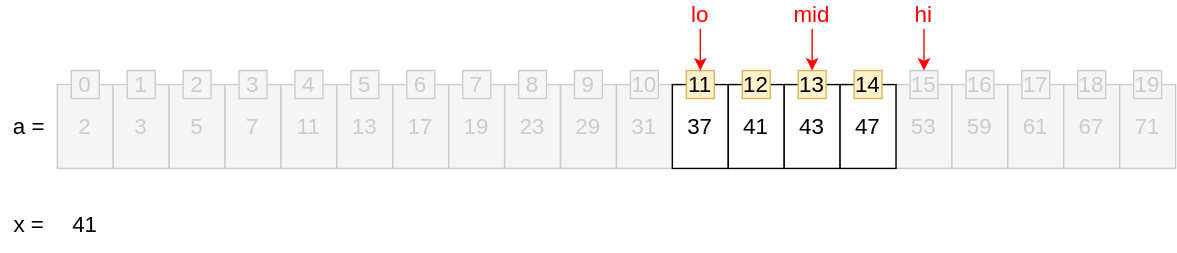
This is img/algorithm/algorithm-1030-01-01-05.svg from zininote/zininote.github.io-old-, a draw.io export, as it was before one commit. Source tidied: cells renumbered, new cells last; positions are measured from the earlier drawing's top-left corner, leaving out a move shared by most shapes. Source of this version:
```xml
<mxGraphModel>
  <root>
    <mxCell id="0" />
    <mxCell id="1" parent="0" />
    <mxCell id="2" value="2" style="rounded=0;whiteSpace=wrap;html=1;fontSize=16;fillColor=#f5f5f5;strokeColor=#CCCCCC;fontColor=#CCCCCC;" parent="1" vertex="1">
      <mxGeometry x="40" y="60" width="40" height="60" as="geometry" />
    </mxCell>
    <mxCell id="3" value="3" style="rounded=0;whiteSpace=wrap;html=1;fontSize=16;fillColor=#f5f5f5;strokeColor=#CCCCCC;fontColor=#CCCCCC;" parent="1" vertex="1">
      <mxGeometry x="80" y="60" width="40" height="60" as="geometry" />
    </mxCell>
    <mxCell id="4" value="5" style="rounded=0;whiteSpace=wrap;html=1;fontSize=16;fillColor=#f5f5f5;strokeColor=#CCCCCC;fontColor=#CCCCCC;" parent="1" vertex="1">
      <mxGeometry x="120" y="60" width="40" height="60" as="geometry" />
    </mxCell>
    <mxCell id="5" value="7" style="rounded=0;whiteSpace=wrap;html=1;fontSize=16;fillColor=#f5f5f5;strokeColor=#CCCCCC;fontColor=#CCCCCC;" parent="1" vertex="1">
      <mxGeometry x="160" y="60" width="40" height="60" as="geometry" />
    </mxCell>
    <mxCell id="6" value="11" style="rounded=0;whiteSpace=wrap;html=1;fontSize=16;fillColor=#f5f5f5;strokeColor=#CCCCCC;fontColor=#CCCCCC;" parent="1" vertex="1">
      <mxGeometry x="200" y="60" width="40" height="60" as="geometry" />
    </mxCell>
    <mxCell id="7" value="13" style="rounded=0;whiteSpace=wrap;html=1;fontSize=16;fillColor=#f5f5f5;strokeColor=#CCCCCC;fontColor=#CCCCCC;" parent="1" vertex="1">
      <mxGeometry x="240" y="60" width="40" height="60" as="geometry" />
    </mxCell>
    <mxCell id="8" value="17" style="rounded=0;whiteSpace=wrap;html=1;fontSize=16;fillColor=#f5f5f5;strokeColor=#CCCCCC;fontColor=#CCCCCC;" parent="1" vertex="1">
      <mxGeometry x="280" y="60" width="40" height="60" as="geometry" />
    </mxCell>
    <mxCell id="9" value="19" style="rounded=0;whiteSpace=wrap;html=1;fontSize=16;fillColor=#f5f5f5;strokeColor=#CCCCCC;fontColor=#CCCCCC;" parent="1" vertex="1">
      <mxGeometry x="320" y="60" width="40" height="60" as="geometry" />
    </mxCell>
    <mxCell id="10" value="23" style="rounded=0;whiteSpace=wrap;html=1;fontSize=16;fillColor=#f5f5f5;strokeColor=#CCCCCC;fontColor=#CCCCCC;" parent="1" vertex="1">
      <mxGeometry x="360" y="60" width="40" height="60" as="geometry" />
    </mxCell>
    <mxCell id="11" value="29" style="rounded=0;whiteSpace=wrap;html=1;fontSize=16;fillColor=#f5f5f5;strokeColor=#CCCCCC;fontColor=#CCCCCC;" parent="1" vertex="1">
      <mxGeometry x="400" y="60" width="40" height="60" as="geometry" />
    </mxCell>
    <mxCell id="12" value="31" style="rounded=0;whiteSpace=wrap;html=1;fontSize=16;fillColor=#f5f5f5;strokeColor=#CCCCCC;fontColor=#CCCCCC;" parent="1" vertex="1">
      <mxGeometry x="440" y="60" width="40" height="60" as="geometry" />
    </mxCell>
    <mxCell id="13" value="37" style="rounded=0;whiteSpace=wrap;html=1;fontSize=16;" parent="1" vertex="1">
      <mxGeometry x="480" y="60" width="40" height="60" as="geometry" />
    </mxCell>
    <mxCell id="14" value="41" style="rounded=0;whiteSpace=wrap;html=1;fontSize=16;" parent="1" vertex="1">
      <mxGeometry x="520" y="60" width="40" height="60" as="geometry" />
    </mxCell>
    <mxCell id="15" value="43" style="rounded=0;whiteSpace=wrap;html=1;fontSize=16;" parent="1" vertex="1">
      <mxGeometry x="560" y="60" width="40" height="60" as="geometry" />
    </mxCell>
    <mxCell id="16" value="53" style="rounded=0;whiteSpace=wrap;html=1;fontSize=16;fillColor=#f5f5f5;strokeColor=#CCCCCC;fontColor=#CCCCCC;" parent="1" vertex="1">
      <mxGeometry x="640" y="60" width="40" height="60" as="geometry" />
    </mxCell>
    <mxCell id="17" value="59" style="rounded=0;whiteSpace=wrap;html=1;fontSize=16;fillColor=#f5f5f5;strokeColor=#CCCCCC;fontColor=#CCCCCC;" parent="1" vertex="1">
      <mxGeometry x="680" y="60" width="40" height="60" as="geometry" />
    </mxCell>
    <mxCell id="18" value="61" style="rounded=0;whiteSpace=wrap;html=1;fontSize=16;fillColor=#f5f5f5;strokeColor=#CCCCCC;fontColor=#CCCCCC;" parent="1" vertex="1">
      <mxGeometry x="720" y="60" width="40" height="60" as="geometry" />
    </mxCell>
    <mxCell id="19" value="67" style="rounded=0;whiteSpace=wrap;html=1;fontSize=16;fillColor=#f5f5f5;strokeColor=#CCCCCC;fontColor=#CCCCCC;" parent="1" vertex="1">
      <mxGeometry x="760" y="60" width="40" height="60" as="geometry" />
    </mxCell>
    <mxCell id="20" value="71" style="rounded=0;whiteSpace=wrap;html=1;fontSize=16;fillColor=#f5f5f5;strokeColor=#CCCCCC;fontColor=#CCCCCC;" parent="1" vertex="1">
      <mxGeometry x="800" y="60" width="40" height="60" as="geometry" />
    </mxCell>
    <mxCell id="21" value="a =" style="text;html=1;strokeColor=none;fillColor=none;align=center;verticalAlign=middle;whiteSpace=wrap;rounded=0;fontSize=16;" parent="1" vertex="1">
      <mxGeometry y="60" width="40" height="60" as="geometry" />
    </mxCell>
    <mxCell id="22" value="x =" style="text;html=1;strokeColor=none;fillColor=none;align=center;verticalAlign=middle;whiteSpace=wrap;rounded=0;fontSize=16;" parent="1" vertex="1">
      <mxGeometry y="140" width="40" height="40" as="geometry" />
    </mxCell>
    <mxCell id="23" value="41" style="text;html=1;strokeColor=none;fillColor=none;align=center;verticalAlign=middle;whiteSpace=wrap;rounded=0;fontSize=16;" parent="1" vertex="1">
      <mxGeometry x="40" y="140" width="40" height="40" as="geometry" />
    </mxCell>
    <mxCell id="24" value="&lt;span style=&quot;font-size: 16px&quot;&gt;0&lt;/span&gt;" style="text;html=1;fillColor=#f5f5f5;align=center;verticalAlign=middle;whiteSpace=wrap;rounded=0;strokeColor=#CCCCCC;fontColor=#CCCCCC;" parent="1" vertex="1">
      <mxGeometry x="50" y="50" width="20" height="20" as="geometry" />
    </mxCell>
    <mxCell id="25" value="&lt;span style=&quot;font-size: 16px&quot;&gt;1&lt;/span&gt;" style="text;html=1;fillColor=#f5f5f5;align=center;verticalAlign=middle;whiteSpace=wrap;rounded=0;strokeColor=#CCCCCC;fontColor=#CCCCCC;" parent="1" vertex="1">
      <mxGeometry x="90" y="50" width="20" height="20" as="geometry" />
    </mxCell>
    <mxCell id="26" value="&lt;span style=&quot;font-size: 16px&quot;&gt;2&lt;/span&gt;" style="text;html=1;fillColor=#f5f5f5;align=center;verticalAlign=middle;whiteSpace=wrap;rounded=0;strokeColor=#CCCCCC;fontColor=#CCCCCC;" parent="1" vertex="1">
      <mxGeometry x="130" y="50" width="20" height="20" as="geometry" />
    </mxCell>
    <mxCell id="27" value="&lt;span style=&quot;font-size: 16px&quot;&gt;3&lt;/span&gt;" style="text;html=1;fillColor=#f5f5f5;align=center;verticalAlign=middle;whiteSpace=wrap;rounded=0;strokeColor=#CCCCCC;fontColor=#CCCCCC;" parent="1" vertex="1">
      <mxGeometry x="170" y="50" width="20" height="20" as="geometry" />
    </mxCell>
    <mxCell id="28" value="&lt;span style=&quot;font-size: 16px&quot;&gt;4&lt;/span&gt;" style="text;html=1;fillColor=#f5f5f5;align=center;verticalAlign=middle;whiteSpace=wrap;rounded=0;strokeColor=#CCCCCC;fontColor=#CCCCCC;" parent="1" vertex="1">
      <mxGeometry x="210" y="50" width="20" height="20" as="geometry" />
    </mxCell>
    <mxCell id="29" value="&lt;span style=&quot;font-size: 16px&quot;&gt;5&lt;/span&gt;" style="text;html=1;fillColor=#f5f5f5;align=center;verticalAlign=middle;whiteSpace=wrap;rounded=0;strokeColor=#CCCCCC;fontColor=#CCCCCC;" parent="1" vertex="1">
      <mxGeometry x="250" y="50" width="20" height="20" as="geometry" />
    </mxCell>
    <mxCell id="30" value="&lt;span style=&quot;font-size: 16px&quot;&gt;6&lt;/span&gt;" style="text;html=1;fillColor=#f5f5f5;align=center;verticalAlign=middle;whiteSpace=wrap;rounded=0;strokeColor=#CCCCCC;fontColor=#CCCCCC;" parent="1" vertex="1">
      <mxGeometry x="290" y="50" width="20" height="20" as="geometry" />
    </mxCell>
    <mxCell id="31" value="&lt;span style=&quot;font-size: 16px&quot;&gt;7&lt;/span&gt;" style="text;html=1;fillColor=#f5f5f5;align=center;verticalAlign=middle;whiteSpace=wrap;rounded=0;strokeColor=#CCCCCC;fontColor=#CCCCCC;" parent="1" vertex="1">
      <mxGeometry x="330" y="50" width="20" height="20" as="geometry" />
    </mxCell>
    <mxCell id="32" value="&lt;span style=&quot;font-size: 16px&quot;&gt;8&lt;/span&gt;" style="text;html=1;fillColor=#f5f5f5;align=center;verticalAlign=middle;whiteSpace=wrap;rounded=0;strokeColor=#CCCCCC;fontColor=#CCCCCC;" parent="1" vertex="1">
      <mxGeometry x="370" y="50" width="20" height="20" as="geometry" />
    </mxCell>
    <mxCell id="33" value="&lt;span style=&quot;font-size: 16px&quot;&gt;9&lt;/span&gt;" style="text;html=1;fillColor=#f5f5f5;align=center;verticalAlign=middle;whiteSpace=wrap;rounded=0;strokeColor=#CCCCCC;fontColor=#CCCCCC;" parent="1" vertex="1">
      <mxGeometry x="410" y="50" width="20" height="20" as="geometry" />
    </mxCell>
    <mxCell id="34" value="&lt;span style=&quot;font-size: 16px&quot;&gt;10&lt;/span&gt;" style="text;html=1;fillColor=#f5f5f5;align=center;verticalAlign=middle;whiteSpace=wrap;rounded=0;strokeColor=#CCCCCC;fontColor=#CCCCCC;" parent="1" vertex="1">
      <mxGeometry x="450" y="50" width="20" height="20" as="geometry" />
    </mxCell>
    <mxCell id="35" value="&lt;span style=&quot;font-size: 16px&quot;&gt;11&lt;/span&gt;" style="text;html=1;strokeColor=#d6b656;fillColor=#fff2cc;align=center;verticalAlign=middle;whiteSpace=wrap;rounded=0;" parent="1" vertex="1">
      <mxGeometry x="490" y="50" width="20" height="20" as="geometry" />
    </mxCell>
    <mxCell id="36" value="&lt;span style=&quot;font-size: 16px&quot;&gt;12&lt;/span&gt;" style="text;html=1;strokeColor=#d6b656;fillColor=#fff2cc;align=center;verticalAlign=middle;whiteSpace=wrap;rounded=0;" parent="1" vertex="1">
      <mxGeometry x="530" y="50" width="20" height="20" as="geometry" />
    </mxCell>
    <mxCell id="37" value="&lt;span style=&quot;font-size: 16px&quot;&gt;13&lt;/span&gt;" style="text;html=1;strokeColor=#d6b656;fillColor=#fff2cc;align=center;verticalAlign=middle;whiteSpace=wrap;rounded=0;" parent="1" vertex="1">
      <mxGeometry x="570" y="50" width="20" height="20" as="geometry" />
    </mxCell>
    <mxCell id="38" value="&lt;span style=&quot;font-size: 16px&quot;&gt;15&lt;/span&gt;" style="text;html=1;fillColor=#f5f5f5;align=center;verticalAlign=middle;whiteSpace=wrap;rounded=0;strokeColor=#CCCCCC;fontColor=#CCCCCC;" parent="1" vertex="1">
      <mxGeometry x="650" y="50" width="20" height="20" as="geometry" />
    </mxCell>
    <mxCell id="39" value="&lt;span style=&quot;font-size: 16px&quot;&gt;16&lt;/span&gt;" style="text;html=1;fillColor=#f5f5f5;align=center;verticalAlign=middle;whiteSpace=wrap;rounded=0;strokeColor=#CCCCCC;fontColor=#CCCCCC;" parent="1" vertex="1">
      <mxGeometry x="690" y="50" width="20" height="20" as="geometry" />
    </mxCell>
    <mxCell id="40" value="&lt;span style=&quot;font-size: 16px&quot;&gt;17&lt;/span&gt;" style="text;html=1;fillColor=#f5f5f5;align=center;verticalAlign=middle;whiteSpace=wrap;rounded=0;strokeColor=#CCCCCC;fontColor=#CCCCCC;" parent="1" vertex="1">
      <mxGeometry x="730" y="50" width="20" height="20" as="geometry" />
    </mxCell>
    <mxCell id="41" value="&lt;span style=&quot;font-size: 16px&quot;&gt;18&lt;/span&gt;" style="text;html=1;fillColor=#f5f5f5;align=center;verticalAlign=middle;whiteSpace=wrap;rounded=0;strokeColor=#CCCCCC;fontColor=#CCCCCC;" parent="1" vertex="1">
      <mxGeometry x="770" y="50" width="20" height="20" as="geometry" />
    </mxCell>
    <mxCell id="42" value="&lt;span style=&quot;font-size: 16px&quot;&gt;19&lt;/span&gt;" style="text;html=1;fillColor=#f5f5f5;align=center;verticalAlign=middle;whiteSpace=wrap;rounded=0;strokeColor=#CCCCCC;fontColor=#CCCCCC;" parent="1" vertex="1">
      <mxGeometry x="810" y="50" width="20" height="20" as="geometry" />
    </mxCell>
    <mxCell id="43" style="edgeStyle=orthogonalEdgeStyle;rounded=0;jettySize=auto;html=1;exitX=0.5;exitY=1;exitDx=0;exitDy=0;entryX=0.5;entryY=0;entryDx=0;entryDy=0;strokeColor=#FF0000;fontSize=16;fontColor=#FF0000;" parent="1" edge="1" source="45" target="35">
      <mxGeometry relative="1" as="geometry" />
    </mxCell>
    <mxCell id="44" style="group;" parent="1" vertex="1">
      <mxGeometry x="480" width="40" height="20" as="geometry" />
    </mxCell>
    <mxCell id="45" value="lo" style="text;html=1;strokeColor=none;fillColor=none;align=center;verticalAlign=middle;whiteSpace=wrap;rounded=0;fontSize=16;fontColor=#FF0000;" parent="44" vertex="1">
      <mxGeometry width="40" height="20" as="geometry" />
    </mxCell>
    <mxCell id="46" style="edgeStyle=orthogonalEdgeStyle;rounded=0;jettySize=auto;html=1;exitX=0.5;exitY=1;exitDx=0;exitDy=0;entryX=0.5;entryY=0;entryDx=0;entryDy=0;fontSize=16;fontColor=#FF0000;strokeColor=#FF0000;" parent="1" edge="1" source="45">
      <mxGeometry relative="1" as="geometry" />
    </mxCell>
    <mxCell id="47" style="edgeStyle=orthogonalEdgeStyle;rounded=0;jettySize=auto;html=1;exitX=0.5;exitY=1;exitDx=0;exitDy=0;strokeColor=#FF0000;fontSize=16;fontColor=#FF0000;" parent="1" edge="1" source="48">
      <mxGeometry relative="1" as="geometry">
        <mxPoint x="660" y="50" as="targetPoint" />
      </mxGeometry>
    </mxCell>
    <mxCell id="48" value="hi" style="text;html=1;strokeColor=none;fillColor=none;align=center;verticalAlign=middle;whiteSpace=wrap;rounded=0;fontSize=16;fontColor=#FF0000;" parent="1" vertex="1">
      <mxGeometry x="640" width="40" height="20" as="geometry" />
    </mxCell>
    <mxCell id="49" value="47" style="rounded=0;whiteSpace=wrap;html=1;fontSize=16;" parent="1" vertex="1">
      <mxGeometry x="600" y="60" width="40" height="60" as="geometry" />
    </mxCell>
    <mxCell id="50" value="&lt;span style=&quot;font-size: 16px&quot;&gt;14&lt;/span&gt;" style="text;html=1;strokeColor=#d6b656;fillColor=#fff2cc;align=center;verticalAlign=middle;whiteSpace=wrap;rounded=0;" parent="1" vertex="1">
      <mxGeometry x="610" y="50" width="20" height="20" as="geometry" />
    </mxCell>
    <mxCell id="51" style="edgeStyle=orthogonalEdgeStyle;rounded=0;jettySize=auto;html=1;exitX=0.5;exitY=1;exitDx=0;exitDy=0;entryX=0.5;entryY=0;entryDx=0;entryDy=0;strokeColor=#FF0000;fontSize=16;fontColor=#CCCCCC;" parent="1" edge="1" source="52" target="37">
      <mxGeometry relative="1" as="geometry" />
    </mxCell>
    <mxCell id="52" value="mid" style="text;html=1;strokeColor=none;fillColor=none;align=center;verticalAlign=middle;whiteSpace=wrap;rounded=0;fontSize=16;fontColor=#FF0000;" parent="1" vertex="1">
      <mxGeometry x="560" width="40" height="20" as="geometry" />
    </mxCell>
  </root>
</mxGraphModel>
```
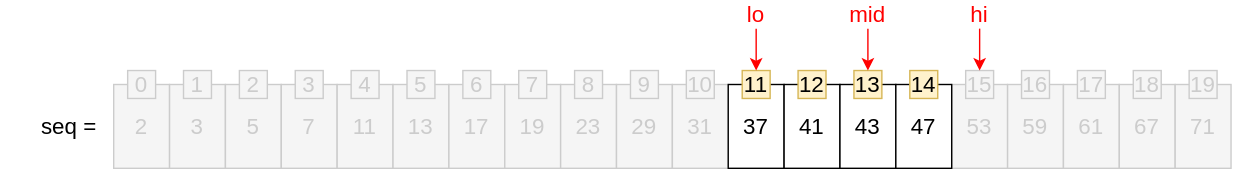
After the change.

Change to the diagram source:
```diff
@@ -59,15 +59,6 @@
     <mxCell id="20" value="71" style="rounded=0;whiteSpace=wrap;html=1;fontSize=16;fillColor=#f5f5f5;strokeColor=#CCCCCC;fontColor=#CCCCCC;" parent="1" vertex="1">
       <mxGeometry x="800" y="60" width="40" height="60" as="geometry" />
     </mxCell>
-    <mxCell id="21" value="a =" style="text;html=1;strokeColor=none;fillColor=none;align=center;verticalAlign=middle;whiteSpace=wrap;rounded=0;fontSize=16;" parent="1" vertex="1">
-      <mxGeometry y="60" width="40" height="60" as="geometry" />
-    </mxCell>
-    <mxCell id="22" value="x =" style="text;html=1;strokeColor=none;fillColor=none;align=center;verticalAlign=middle;whiteSpace=wrap;rounded=0;fontSize=16;" parent="1" vertex="1">
-      <mxGeometry y="140" width="40" height="40" as="geometry" />
-    </mxCell>
-    <mxCell id="23" value="41" style="text;html=1;strokeColor=none;fillColor=none;align=center;verticalAlign=middle;whiteSpace=wrap;rounded=0;fontSize=16;" parent="1" vertex="1">
-      <mxGeometry x="40" y="140" width="40" height="40" as="geometry" />
-    </mxCell>
     <mxCell id="24" value="&lt;span style=&quot;font-size: 16px&quot;&gt;0&lt;/span&gt;" style="text;html=1;fillColor=#f5f5f5;align=center;verticalAlign=middle;whiteSpace=wrap;rounded=0;strokeColor=#CCCCCC;fontColor=#CCCCCC;" parent="1" vertex="1">
       <mxGeometry x="50" y="50" width="20" height="20" as="geometry" />
     </mxCell>
@@ -157,5 +148,8 @@
     <mxCell id="52" value="mid" style="text;html=1;strokeColor=none;fillColor=none;align=center;verticalAlign=middle;whiteSpace=wrap;rounded=0;fontSize=16;fontColor=#FF0000;" parent="1" vertex="1">
       <mxGeometry x="560" width="40" height="20" as="geometry" />
     </mxCell>
+    <mxCell id="53" value="seq =" style="text;html=1;strokeColor=none;fillColor=none;align=right;verticalAlign=middle;whiteSpace=wrap;rounded=0;fontSize=16;" parent="1" vertex="1">
+      <mxGeometry x="-40" y="60" width="70" height="60" as="geometry" />
+    </mxCell>
   </root>
 </mxGraphModel>
```
